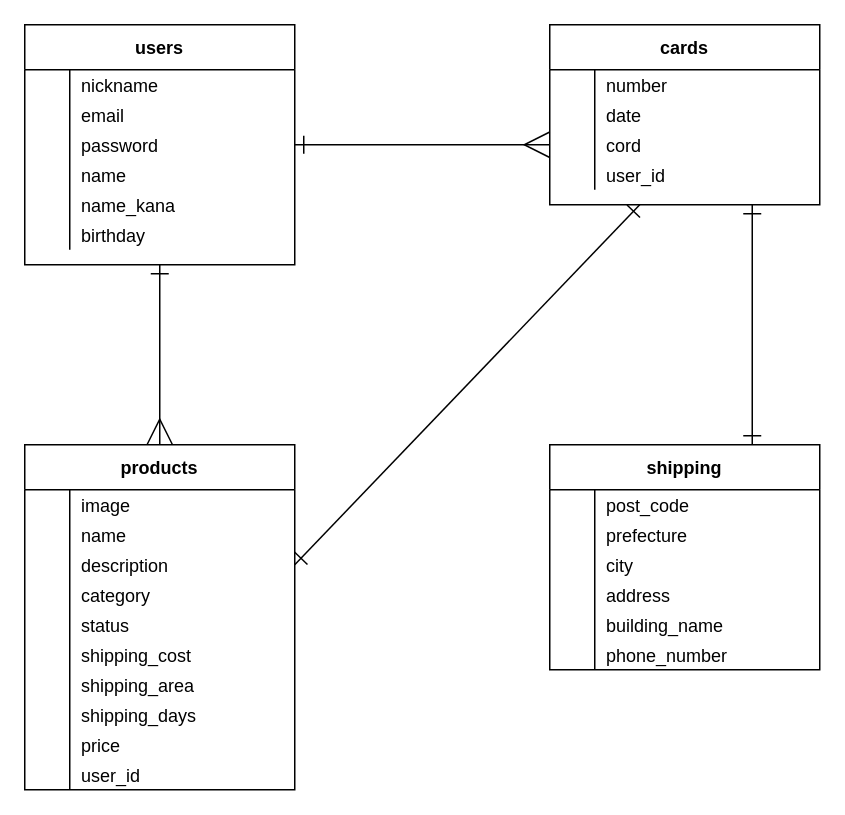
Above: ER図.dio in yuipeee/furima-35233 (draw.io), before the change. Source tidied: cells renumbered, new cells numbered last; positions are measured from the earlier drawing's top-left corner, leaving out a move shared by most shapes. Both pictures are drawn from the tidied source at 150%, with x=0, y=0 at pixel (24, 24).
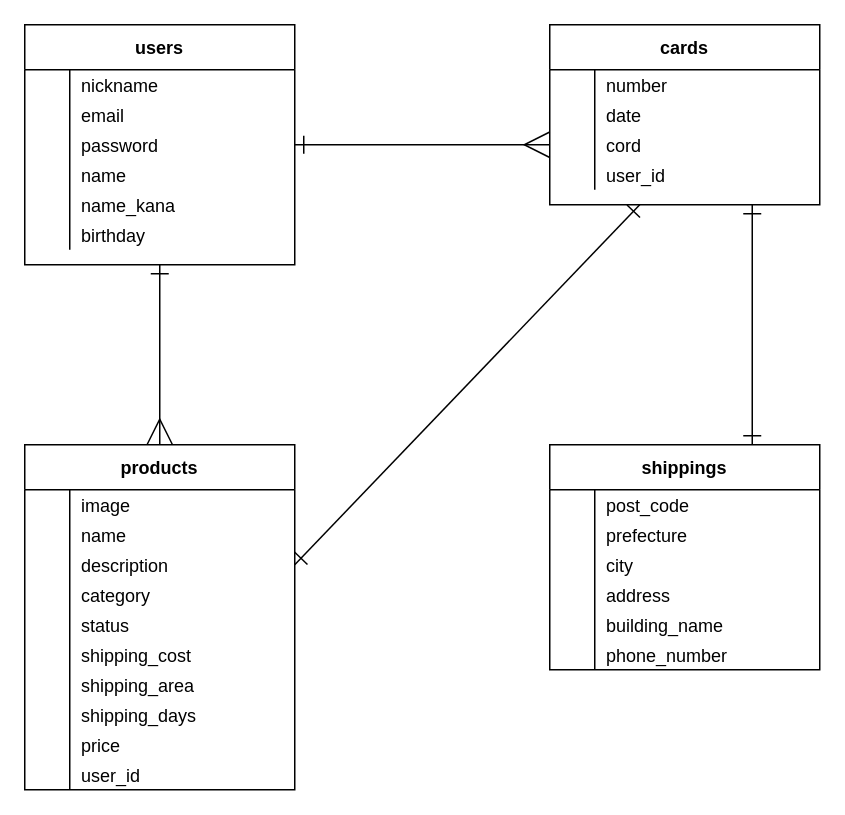
Above is the later version.

The edit, as a diff of the source:
```diff
@@
-    <mxCell id="67" value="shipping" style="shape=table;startSize=30;childLayout=tableLayout;rowLines=0;fontStyle=1;align=center;" parent="1" vertex="1">
+    <mxCell id="67" value="shippings" style="shape=table;startSize=30;childLayout=tableLayout;rowLines=0;fontStyle=1;align=center;" parent="1" vertex="1">
       <mxGeometry x="350" y="280" width="180" height="150" as="geometry" />
     </mxCell>
```
